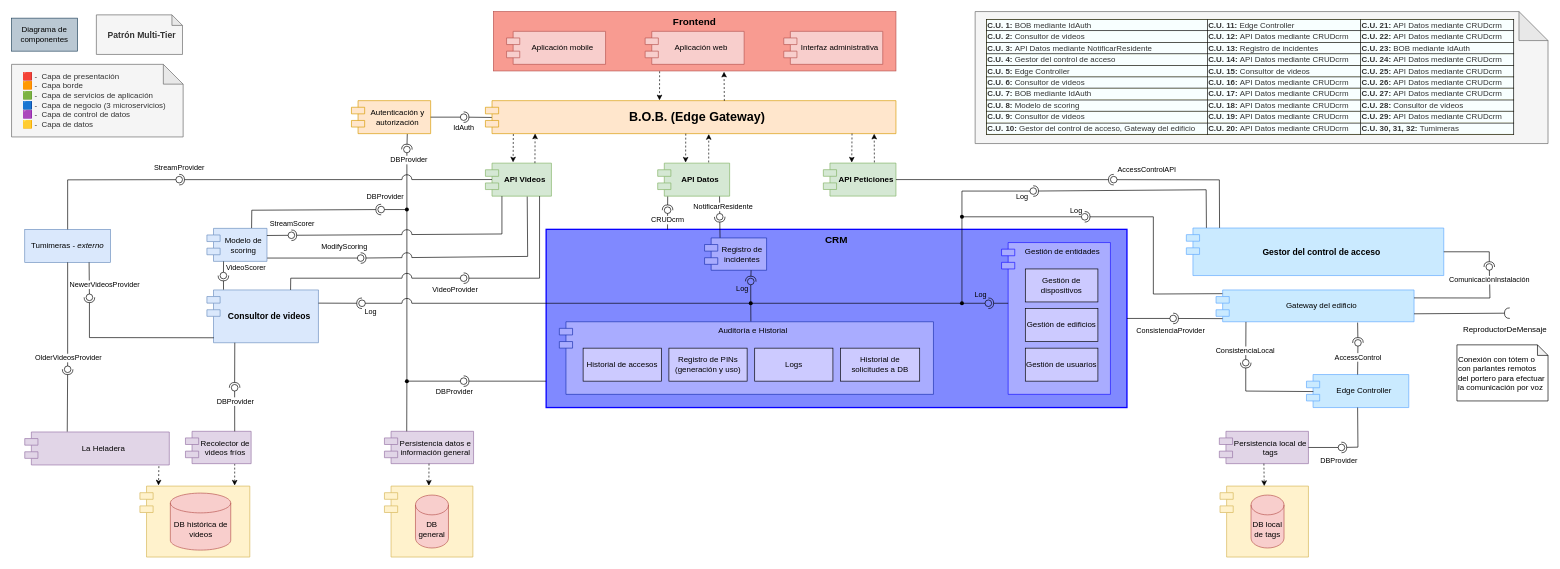
The draw.io diagram Documentación de la arquitectura/Diagramas/Editables-drawio/Diagrama-de-componentes.drawio in LIMoreno04/Caso-de-estudio---WolfSys---Arquitectura, before the edit. Source tidied: cells renumbered, new cells numbered last; positions are measured from the earlier drawing's top-left corner, leaving out a move shared by most shapes. Both pictures are drawn from the tidied source at 66%, with x=0, y=0 at pixel (11, 11).
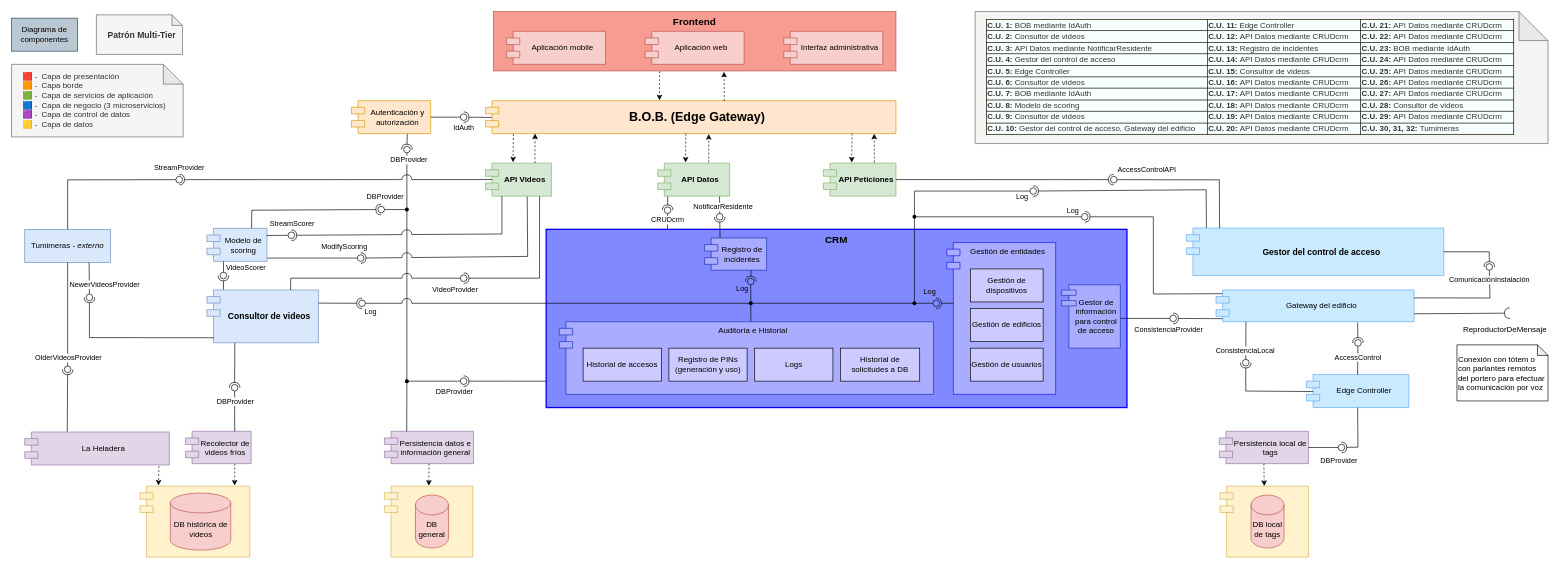
After the change.

Commit message (it also covers changes not shown here):
tengo sueño

The change refers to these unchanged cells:
```xml
<mxCell id="6" value="CRM" style="html=1;whiteSpace=wrap;align=center;verticalAlign=top;fontSize=15;fontStyle=1;fillColor=#8089FF;strokeColor=#0800FF;strokeWidth=2;" parent="1" vertex="1">
  <mxGeometry x="810" y="330" width="880" height="270" as="geometry" />
</mxCell>
<mxCell id="100" style="rounded=0;jettySize=auto;html=1;endArrow=oval;endFill=0;sketch=0;sourcePerimeterSpacing=0;targetPerimeterSpacing=0;endSize=10;exitX=0.968;exitY=0.495;exitDx=0;exitDy=0;exitPerimeter=0;" parent="1" edge="1" source="89" target="102">
  <mxGeometry relative="1" as="geometry" />
</mxCell>
<mxCell id="129" style="ellipse;whiteSpace=wrap;html=1;align=center;fillColor=none;strokeColor=none;perimeter=centerPerimeter;points=[];outlineConnect=1;" parent="1" vertex="1">
  <mxGeometry x="1543" y="267" width="10" height="10" as="geometry" />
</mxCell>
<mxCell id="156" style="ellipse;whiteSpace=wrap;html=1;align=center;fillColor=none;strokeColor=none;perimeter=centerPerimeter;points=[];outlineConnect=1;" parent="1" vertex="1">
  <mxGeometry x="1755" y="460" width="10" height="10" as="geometry" />
</mxCell>
```

Diff of the diagram source:
```diff
@@
     <mxCell id="84" style="group;" parent="1" vertex="1">
-      <mxGeometry x="1500" y="350" width="165" height="230" as="geometry" />
+      <mxGeometry x="1417" y="350" width="165" height="230" as="geometry" />
     </mxCell>
@@
     <mxCell id="89" style="shape=waypoint;sketch=0;fillStyle=solid;size=6;points=[];fillColor=none;perimeter=centerPerimeter;snapToPoint=1;" parent="1" vertex="1">
-      <mxGeometry x="1430" y="432" width="20" height="20" as="geometry" />
+      <mxGeometry x="1358" y="432" width="20" height="20" as="geometry" />
     </mxCell>
@@
     <mxCell id="101" value="Log" style="edgeLabel;html=1;align=center;verticalAlign=middle;labelBackgroundColor=none;" parent="100" vertex="1">
       <mxGeometry x="0.04" y="-1" relative="1" as="geometry">
-        <mxPoint x="6" y="-15" as="offset" />
+        <mxPoint x="5" y="-19" as="offset" />
       </mxGeometry>
     </mxCell>
     <mxCell id="102" style="ellipse;whiteSpace=wrap;html=1;align=center;fillColor=none;strokeColor=none;perimeter=centerPerimeter;points=[];outlineConnect=1;" parent="1" vertex="1">
-      <mxGeometry x="1475" y="437" width="10" height="10" as="geometry" />
+      <mxGeometry x="1396" y="437" width="10" height="10" as="geometry" />
     </mxCell>
@@
     <mxCell id="128" style="rounded=0;jettySize=auto;html=1;endArrow=oval;endFill=0;sketch=0;sourcePerimeterSpacing=0;targetPerimeterSpacing=0;endSize=10;exitX=0.288;exitY=0.064;exitDx=0;exitDy=0;exitPerimeter=0;" parent="1" edge="1" source="143" target="129">
       <mxGeometry relative="1" as="geometry">
         <Array as="points">
-          <mxPoint x="1440" y="272" />
+          <mxPoint x="1368" y="272" />
         </Array>
       </mxGeometry>
     </mxCell>
@@
     <mxCell id="143" style="shape=waypoint;sketch=0;fillStyle=solid;size=6;points=[];fillColor=none;perimeter=centerPerimeter;snapToPoint=1;" parent="1" vertex="1">
-      <mxGeometry x="1430" y="301" width="20" height="20" as="geometry" />
+      <mxGeometry x="1358" y="301" width="20" height="20" as="geometry" />
     </mxCell>
@@
-    <mxCell id="154" style="rounded=0;jettySize=auto;html=1;endArrow=oval;endFill=0;sketch=0;sourcePerimeterSpacing=0;targetPerimeterSpacing=0;endSize=10;exitX=1;exitY=0.5;exitDx=0;exitDy=0;" parent="1" edge="1" source="6" target="156">
+    <mxCell id="154" style="rounded=0;jettySize=auto;html=1;endArrow=oval;endFill=0;sketch=0;sourcePerimeterSpacing=0;targetPerimeterSpacing=0;endSize=10;exitX=1.004;exitY=0.531;exitDx=0;exitDy=0;exitPerimeter=0;" parent="1" edge="1" source="177" target="156">
       <mxGeometry relative="1" as="geometry" />
     </mxCell>
@@
+    <mxCell id="177" value="Gestor de información para control de acceso" style="shape=module;align=left;spacingLeft=18;align=center;verticalAlign=middle;whiteSpace=wrap;html=1;fillColor=light-dark(#a8abfe, #30477a);strokeColor=#1A31AF;spacingRight=2;jettyWidth=22;jettyHeight=8;" parent="1" vertex="1">
+      <mxGeometry x="1591" y="414" width="89" height="96" as="geometry" />
+    </mxCell>
```
